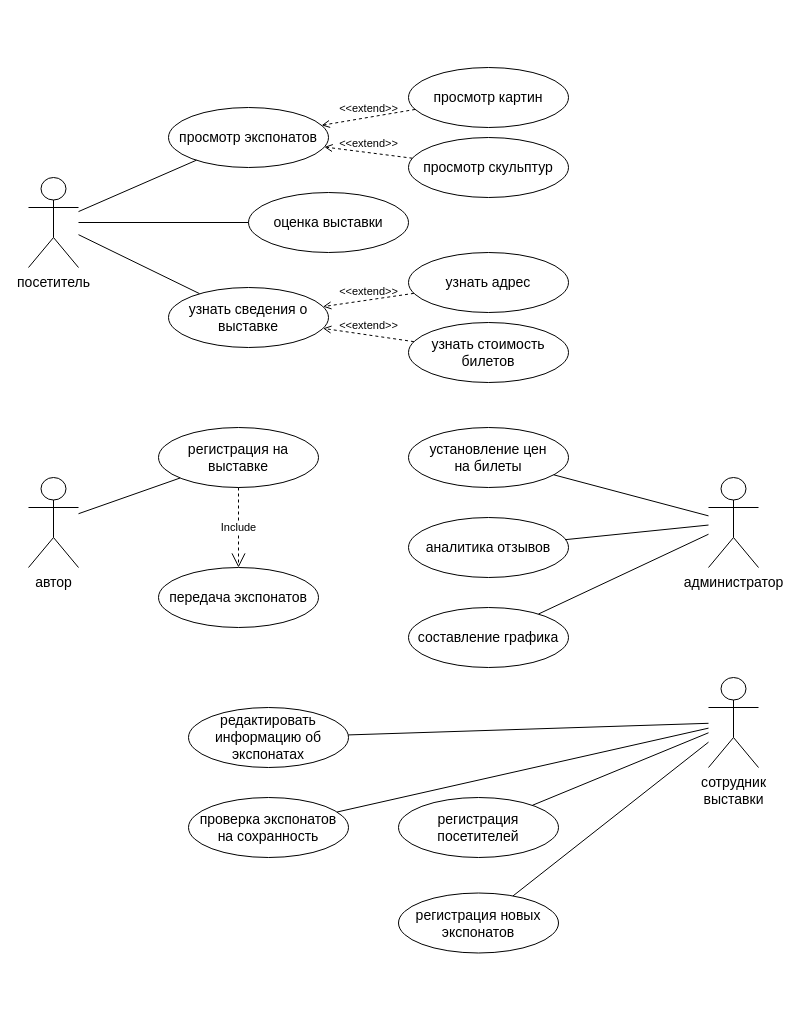
OlgaMats/- keeps this draw.io diagram as Diagrams/use-case.drawio. Above is the earlier version. Source tidied: cells renumbered, new cells numbered last; positions are measured from the earlier drawing's top-left corner, leaving out a move shared by most shapes. Both pictures are drawn from the tidied source at 100%, with x=0, y=0 at pixel (28, 67).
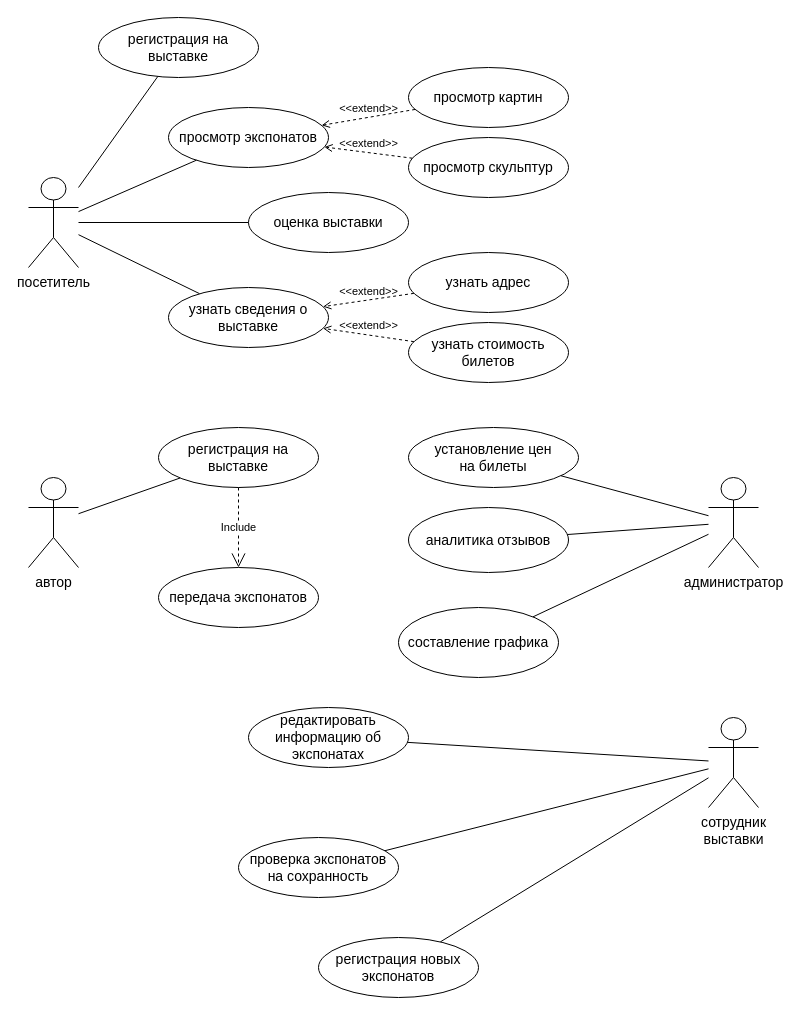
Above is the later version.

Unchanged cells that the change refers to:
```xml
<mxCell id="2" value="&lt;font style=&quot;font-size: 14px&quot;&gt;посетитель&lt;/font&gt;" style="shape=umlActor;verticalLabelPosition=bottom;verticalAlign=top;html=1;outlineConnect=0;" parent="1" vertex="1">
  <mxGeometry y="110" width="50" height="90" as="geometry" />
</mxCell>
```

Diff of the diagram source:
```diff
@@
     <mxCell id="3" value="&lt;font style=&quot;font-size: 14px&quot;&gt;сотрудник&lt;br&gt;выставки&lt;br&gt;&lt;/font&gt;" style="shape=umlActor;verticalLabelPosition=bottom;verticalAlign=top;html=1;outlineConnect=0;" parent="1" vertex="1">
-      <mxGeometry x="680" y="610" width="50" height="90" as="geometry" />
+      <mxGeometry x="680" y="650" width="50" height="90" as="geometry" />
     </mxCell>
     <mxCell id="4" value="&lt;font style=&quot;font-size: 14px&quot;&gt;редактировать информацию об экспонатах&lt;/font&gt;" style="ellipse;whiteSpace=wrap;html=1;" parent="1" vertex="1">
-      <mxGeometry x="160" y="640" width="160" height="60" as="geometry" />
+      <mxGeometry x="220" y="640" width="160" height="60" as="geometry" />
     </mxCell>
-    <mxCell id="5" style="endArrow=none;html=1;" parent="1" edge="1" source="3" target="8">
-      <mxGeometry relative="1" as="geometry" />
-    </mxCell>
@@
-    <mxCell id="8" value="&lt;span style=&quot;font-size: 14px&quot;&gt;регистрация посетителей&lt;/span&gt;" style="ellipse;whiteSpace=wrap;html=1;" parent="1" vertex="1">
-      <mxGeometry x="370" y="730" width="160" height="60" as="geometry" />
-    </mxCell>
     <mxCell id="9" value="&lt;font style=&quot;font-size: 14px&quot;&gt;регистрация новых экспонатов&lt;/font&gt;" style="ellipse;whiteSpace=wrap;html=1;" parent="1" vertex="1">
-      <mxGeometry x="370" y="825.5" width="160" height="60" as="geometry" />
+      <mxGeometry x="290" y="870" width="160" height="60" as="geometry" />
     </mxCell>
     <mxCell id="10" value="&lt;span style=&quot;font-size: 14px&quot;&gt;проверка экспонатов &lt;br&gt;на сохранность&lt;/span&gt;" style="ellipse;whiteSpace=wrap;html=1;" parent="1" vertex="1">
-      <mxGeometry x="160" y="730" width="160" height="60" as="geometry" />
+      <mxGeometry x="210" y="770" width="160" height="60" as="geometry" />
     </mxCell>
@@
     <mxCell id="22" value="&lt;font style=&quot;font-size: 14px&quot;&gt;установление цен&lt;br&gt;на билеты&lt;br&gt;&lt;/font&gt;" style="ellipse;whiteSpace=wrap;html=1;" parent="1" vertex="1">
-      <mxGeometry x="380" y="360" width="160" height="60" as="geometry" />
+      <mxGeometry x="380" y="360" width="170" height="60" as="geometry" />
     </mxCell>
@@
     <mxCell id="25" value="&lt;span style=&quot;font-size: 14px&quot;&gt;составление графика&lt;/span&gt;" style="ellipse;whiteSpace=wrap;html=1;" parent="1" vertex="1">
-      <mxGeometry x="380" y="540" width="160" height="60" as="geometry" />
+      <mxGeometry x="370" y="540" width="160" height="70" as="geometry" />
     </mxCell>
     <mxCell id="26" value="&lt;span style=&quot;font-size: 14px&quot;&gt;аналитика отзывов&lt;/span&gt;" style="ellipse;whiteSpace=wrap;html=1;" parent="1" vertex="1">
-      <mxGeometry x="380" y="450" width="160" height="60" as="geometry" />
+      <mxGeometry x="380" y="440" width="160" height="65" as="geometry" />
     </mxCell>
@@
+    <mxCell id="38" value="&lt;font style=&quot;font-size: 14px&quot;&gt;регистрация на выставке&lt;br&gt;&lt;/font&gt;" style="ellipse;whiteSpace=wrap;html=1;" parent="1" vertex="1">
+      <mxGeometry x="70" y="-50" width="160" height="60" as="geometry" />
+    </mxCell>
+    <mxCell id="39" style="endArrow=none;html=1;" parent="1" edge="1" source="2" target="38">
+      <mxGeometry relative="1" as="geometry" />
+    </mxCell>
```
